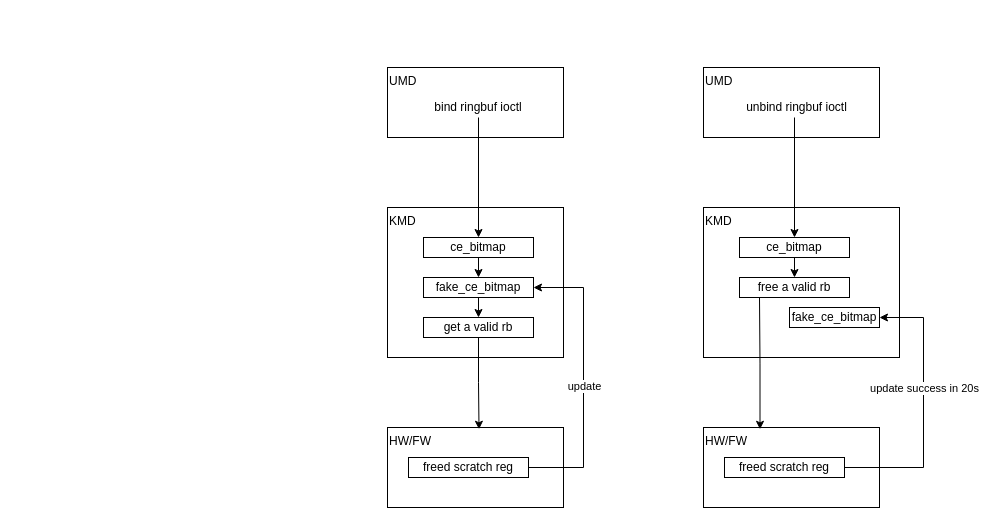
Before: FAKE DEQUEUE.drawio in denglin12315/drawio_repo, a draw.io diagram. Source tidied: cells renumbered, new cells numbered last; positions are measured from the earlier drawing's top-left corner, leaving out a move shared by most shapes. Both pictures are drawn from the tidied source at 100%, with x=0, y=0 at pixel (387, 67).
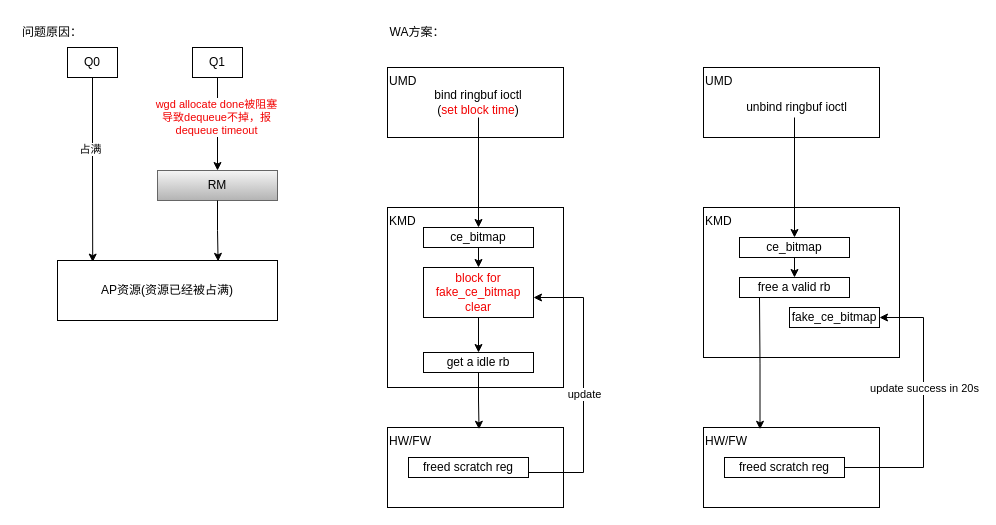
The same diagram, later.

The change refers to these unchanged cells:
```xml
<mxCell id="14" value="freed scratch reg" style="rounded=0;whiteSpace=wrap;html=1;" parent="1" vertex="1">
  <mxGeometry x="21" y="390" width="120" height="20" as="geometry" />
</mxCell>
```

Change to the diagram source:
```diff
@@
     <mxCell id="2" value="KMD" style="rounded=0;whiteSpace=wrap;html=1;verticalAlign=top;align=left;" parent="1" vertex="1">
-      <mxGeometry y="140" width="176" height="150" as="geometry" />
+      <mxGeometry y="140" width="176" height="180" as="geometry" />
     </mxCell>
@@
-    <mxCell id="4" value="fake_ce_bitmap" style="rounded=0;whiteSpace=wrap;html=1;" parent="1" vertex="1">
-      <mxGeometry x="36" y="210" width="110" height="20" as="geometry" />
+    <mxCell id="4" value="&lt;div&gt;&lt;font style=&quot;color: rgb(242, 2, 2);&quot;&gt;block for&lt;/font&gt;&lt;/div&gt;&lt;font style=&quot;color: rgb(242, 2, 2);&quot;&gt;fake_ce_bitmap&lt;/font&gt;&lt;div&gt;&lt;font style=&quot;color: rgb(242, 2, 2);&quot;&gt;clear&lt;/font&gt;&lt;/div&gt;" style="rounded=0;whiteSpace=wrap;html=1;" parent="1" vertex="1">
+      <mxGeometry x="36" y="200" width="110" height="50" as="geometry" />
     </mxCell>
@@
     <mxCell id="6" value="ce_bitmap" style="rounded=0;whiteSpace=wrap;html=1;" parent="1" vertex="1">
-      <mxGeometry x="36" y="170" width="110" height="20" as="geometry" />
+      <mxGeometry x="36" y="160" width="110" height="20" as="geometry" />
     </mxCell>
@@
-    <mxCell id="9" value="bind ringbuf ioctl" style="text;html=1;align=center;verticalAlign=middle;whiteSpace=wrap;rounded=0;" parent="1" vertex="1">
-      <mxGeometry x="41" y="25" width="100" height="30" as="geometry" />
+    <mxCell id="9" value="bind ringbuf ioctl&lt;div&gt;(&lt;font style=&quot;color: rgb(242, 2, 2);&quot;&gt;set block time&lt;/font&gt;)&lt;/div&gt;" style="text;html=1;align=center;verticalAlign=middle;whiteSpace=wrap;rounded=0;" parent="1" vertex="1">
+      <mxGeometry x="41" y="20" width="100" height="30" as="geometry" />
     </mxCell>
-    <mxCell id="10" value="get a valid rb" style="rounded=0;whiteSpace=wrap;html=1;" parent="1" vertex="1">
-      <mxGeometry x="36" y="250" width="110" height="20" as="geometry" />
+    <mxCell id="10" value="get a idle rb" style="rounded=0;whiteSpace=wrap;html=1;" parent="1" vertex="1">
+      <mxGeometry x="36" y="285" width="110" height="20" as="geometry" />
     </mxCell>
@@
-    <mxCell id="12" style="edgeStyle=orthogonalEdgeStyle;rounded=0;jettySize=auto;html=1;exitX=1;exitY=0.5;exitDx=0;exitDy=0;entryX=1;entryY=0.5;entryDx=0;entryDy=0;" parent="1" edge="1" source="14" target="4">
+    <mxCell id="12" style="edgeStyle=orthogonalEdgeStyle;rounded=0;orthogonalLoop=1;jettySize=auto;html=1;exitX=1;exitY=0.5;exitDx=0;exitDy=0;entryX=1;entryY=0.5;entryDx=0;entryDy=0;" parent="1" edge="1">
       <mxGeometry relative="1" as="geometry">
+        <mxPoint x="141" y="405" as="sourcePoint" />
+        <mxPoint x="146" y="230" as="targetPoint" />
         <Array as="points">
-          <mxPoint x="196" y="400" />
-          <mxPoint x="196" y="220" />
+          <mxPoint x="196" y="405" />
+          <mxPoint x="196" y="230" />
         </Array>
       </mxGeometry>
     </mxCell>
@@
+    <mxCell id="29" value="WA方案：" style="text;html=1;align=center;verticalAlign=middle;whiteSpace=wrap;rounded=0;" parent="1" vertex="1">
+      <mxGeometry y="-50" width="60" height="30" as="geometry" />
+    </mxCell>
+    <mxCell id="30" value="问题原因：" style="text;html=1;align=center;verticalAlign=middle;whiteSpace=wrap;rounded=0;" parent="1" vertex="1">
+      <mxGeometry x="-370" y="-50" width="70" height="30" as="geometry" />
+    </mxCell>
+    <mxCell id="31" value="Q0" style="rounded=0;whiteSpace=wrap;html=1;" parent="1" vertex="1">
+      <mxGeometry x="-320" y="-20" width="50" height="30" as="geometry" />
+    </mxCell>
+    <mxCell id="32" value="AP资源(资源已经被占满)" style="rounded=0;whiteSpace=wrap;html=1;" parent="1" vertex="1">
+      <mxGeometry x="-330" y="193" width="220" height="60" as="geometry" />
+    </mxCell>
+    <mxCell id="33" style="edgeStyle=orthogonalEdgeStyle;rounded=0;jettySize=auto;html=1;entryX=0.16;entryY=0.027;entryDx=0;entryDy=0;entryPerimeter=0;" parent="1" edge="1" source="31" target="32">
+      <mxGeometry relative="1" as="geometry" />
+    </mxCell>
+    <mxCell id="34" value="占满" style="edgeLabel;html=1;align=center;verticalAlign=middle;" parent="33" vertex="1">
+      <mxGeometry x="-0.22" y="-3" relative="1" as="geometry">
+        <mxPoint y="-1" as="offset" />
+      </mxGeometry>
+    </mxCell>
+    <mxCell id="35" value="RM" style="rounded=0;whiteSpace=wrap;html=1;fillColor=#f5f5f5;gradientColor=#b3b3b3;strokeColor=#666666;" parent="1" vertex="1">
+      <mxGeometry x="-230" y="103" width="120" height="30" as="geometry" />
+    </mxCell>
+    <mxCell id="36" style="edgeStyle=orthogonalEdgeStyle;rounded=0;jettySize=auto;html=1;entryX=0.73;entryY=0.014;entryDx=0;entryDy=0;entryPerimeter=0;" parent="1" edge="1" source="35" target="32">
+      <mxGeometry relative="1" as="geometry" />
+    </mxCell>
+    <mxCell id="37" style="edgeStyle=orthogonalEdgeStyle;rounded=0;jettySize=auto;html=1;exitX=0.5;exitY=1;exitDx=0;exitDy=0;entryX=0.5;entryY=0;entryDx=0;entryDy=0;" parent="1" edge="1" source="39" target="35">
+      <mxGeometry relative="1" as="geometry" />
+    </mxCell>
+    <mxCell id="38" value="&lt;font style=&quot;color: rgb(242, 2, 2);&quot;&gt;wgd allocate done被阻塞&lt;/font&gt;&lt;div&gt;&lt;font style=&quot;color: rgb(242, 2, 2);&quot;&gt;导致dequeue不掉，报&lt;/font&gt;&lt;/div&gt;&lt;div&gt;&lt;font style=&quot;color: rgb(242, 2, 2);&quot;&gt;dequeue timeout&lt;/font&gt;&lt;/div&gt;" style="edgeLabel;html=1;align=center;verticalAlign=middle;" parent="37" vertex="1">
+      <mxGeometry x="-0.17" y="-2" relative="1" as="geometry" />
+    </mxCell>
+    <mxCell id="39" value="Q1" style="rounded=0;whiteSpace=wrap;html=1;" parent="1" vertex="1">
+      <mxGeometry x="-195" y="-20" width="50" height="30" as="geometry" />
+    </mxCell>
```
